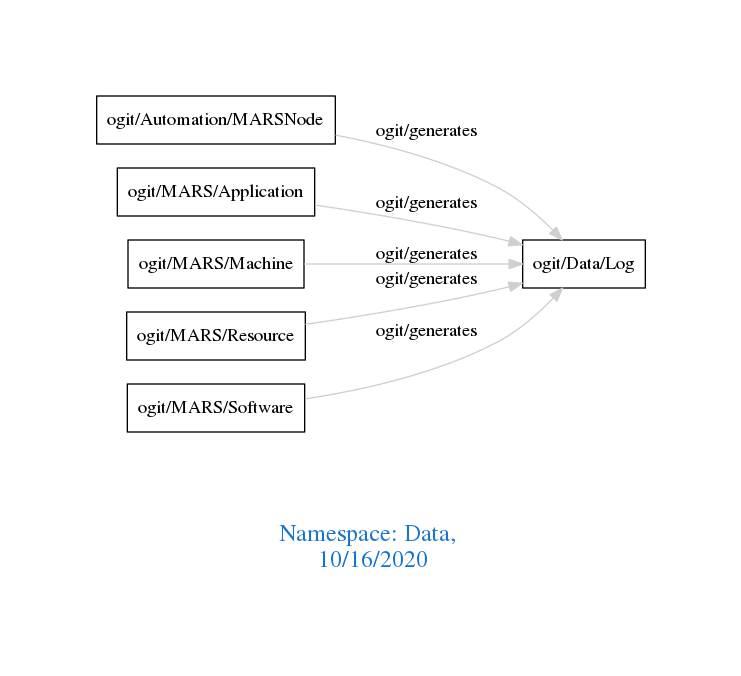
Above: downloads/Data.png in arago/OGIT (Graphviz), before the change. Its source is kept beside it as downloads/Data.dot.
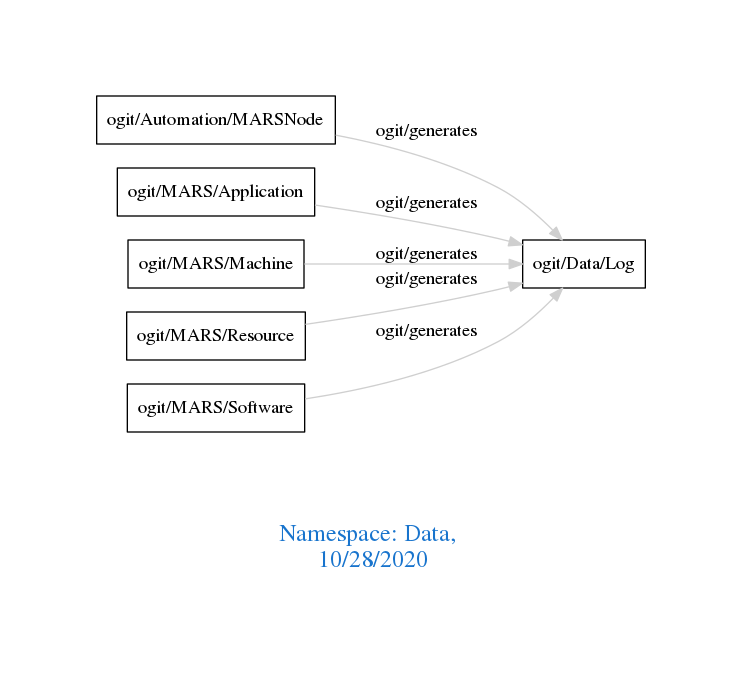
Above is the later version.

Diff of the diagram source:
```diff
@@ -1,7 +1,7 @@
 digraph OGIT_ontology {
  graph [ rankdir= LR,pad=1
 fontsize = 18,
-fontcolor= dodgerblue3,label = "\n\n\nNamespace: Data, \n 10/16/2020"];
+fontcolor= dodgerblue3,label = "\n\n\nNamespace: Data, \n 10/28/2020"];
 node[shape=polygon];
 edge [  color="gray81"];
 
```
